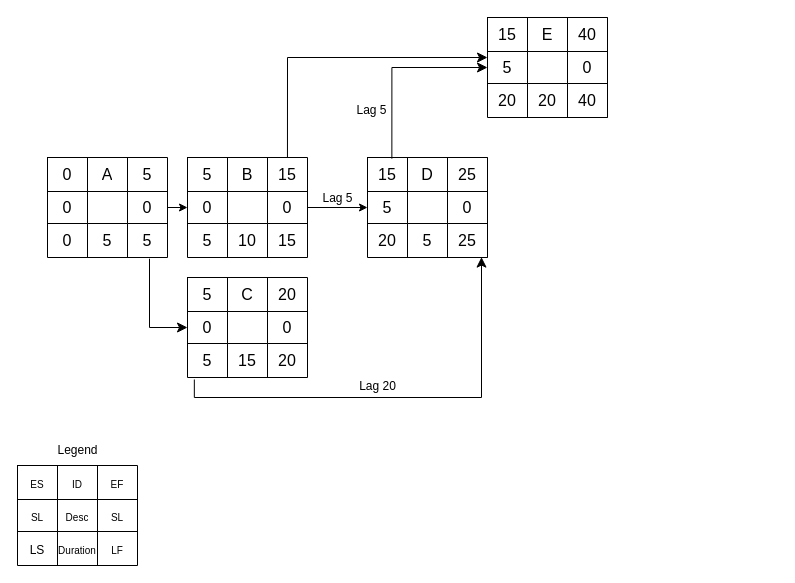
The draw.io diagram tuto2wix2002q2.drawio in justn0thinghere/drawio, before the edit. Source tidied: cells renumbered, new cells numbered last; positions are measured from the earlier drawing's top-left corner, leaving out a move shared by most shapes. Both pictures are drawn from the tidied source at 100%, with x=0, y=0 at pixel (17, 17).
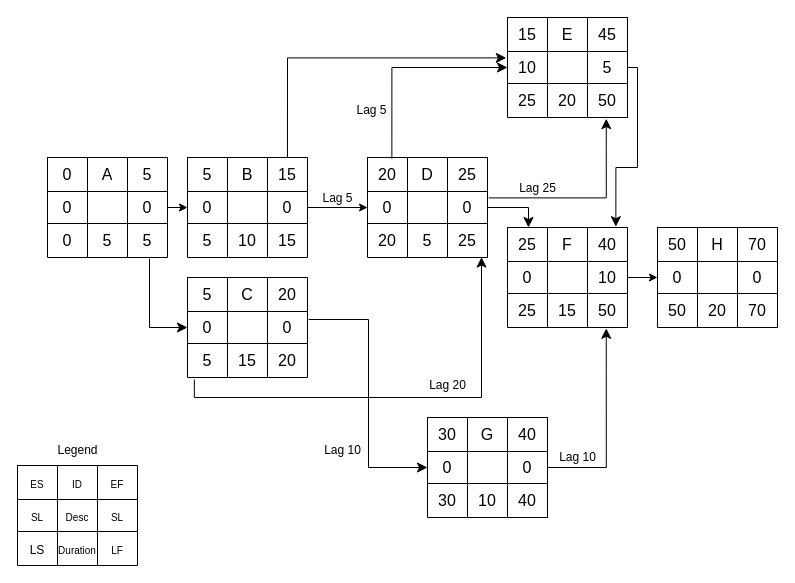
The same page after the edit.

The change refers to these unchanged cells:
```xml
<mxCell id="30" style="shape=tableRow;horizontal=0;startSize=0;swimlaneHead=0;swimlaneBody=0;strokeColor=inherit;top=0;left=0;bottom=0;right=0;fillColor=none;points=[[0,0.5],[1,0.5]];portConstraint=eastwest;fontSize=16;" parent="29" vertex="1">
  <mxGeometry width="120" height="34" as="geometry" />
</mxCell>
<mxCell id="48" style="shape=tableRow;horizontal=0;startSize=0;swimlaneHead=0;swimlaneBody=0;strokeColor=inherit;top=0;left=0;bottom=0;right=0;fillColor=none;points=[[0,0.5],[1,0.5]];portConstraint=eastwest;fontSize=16;" parent="43" vertex="1">
  <mxGeometry y="34" width="120" height="32" as="geometry" />
</mxCell>
<mxCell id="58" style="shape=tableRow;horizontal=0;startSize=0;swimlaneHead=0;swimlaneBody=0;strokeColor=inherit;top=0;left=0;bottom=0;right=0;fillColor=none;points=[[0,0.5],[1,0.5]];portConstraint=eastwest;fontSize=16;" parent="57" vertex="1">
  <mxGeometry width="120" height="34" as="geometry" />
</mxCell>
<mxCell id="62" style="shape=tableRow;horizontal=0;startSize=0;swimlaneHead=0;swimlaneBody=0;strokeColor=inherit;top=0;left=0;bottom=0;right=0;fillColor=none;points=[[0,0.5],[1,0.5]];portConstraint=eastwest;fontSize=16;" parent="57" vertex="1">
  <mxGeometry y="34" width="120" height="32" as="geometry" />
</mxCell>
<mxCell id="76" style="shape=tableRow;horizontal=0;startSize=0;swimlaneHead=0;swimlaneBody=0;strokeColor=inherit;top=0;left=0;bottom=0;right=0;fillColor=none;fontSize=16;" parent="75" vertex="1">
  <mxGeometry width="120" height="34" as="geometry" />
</mxCell>
<mxCell id="80" style="shape=tableRow;horizontal=0;startSize=0;swimlaneHead=0;swimlaneBody=0;strokeColor=inherit;top=0;left=0;bottom=0;right=0;fillColor=none;points=[[0,0.5],[1,0.5]];portConstraint=eastwest;fontSize=16;" parent="75" vertex="1">
  <mxGeometry y="34" width="120" height="32" as="geometry" />
</mxCell>
<mxCell id="84" style="shape=tableRow;horizontal=0;startSize=0;swimlaneHead=0;swimlaneBody=0;strokeColor=inherit;top=0;left=0;bottom=0;right=0;fillColor=none;points=[[0,0.5],[1,0.5]];portConstraint=eastwest;fontSize=16;" parent="75" vertex="1">
  <mxGeometry y="66" width="120" height="34" as="geometry" />
</mxCell>
```

Change to the diagram source:
```diff
@@
-    <mxCell id="59" value="15" style="shape=partialRectangle;html=1;whiteSpace=wrap;strokeColor=inherit;overflow=hidden;fillColor=none;top=0;left=0;bottom=0;right=0;fontSize=16;" parent="58" vertex="1">
+    <mxCell id="59" value="20" style="shape=partialRectangle;html=1;whiteSpace=wrap;strokeColor=inherit;overflow=hidden;fillColor=none;top=0;left=0;bottom=0;right=0;fontSize=16;" parent="58" vertex="1">
       <mxGeometry width="40" height="34" as="geometry" />
     </mxCell>
@@
-    <mxCell id="63" value="5" style="shape=partialRectangle;html=1;whiteSpace=wrap;strokeColor=inherit;overflow=hidden;fillColor=none;top=0;left=0;bottom=0;right=0;fontSize=16;" parent="62" vertex="1">
+    <mxCell id="63" value="0" style="shape=partialRectangle;html=1;whiteSpace=wrap;strokeColor=inherit;overflow=hidden;fillColor=none;top=0;left=0;bottom=0;right=0;fontSize=16;" parent="62" vertex="1">
       <mxGeometry width="40" height="32" as="geometry" />
     </mxCell>
@@
     <mxCell id="72" value="Lag 20" style="text;html=1;align=center;verticalAlign=middle;strokeColor=none;fillColor=none;" parent="1" vertex="1">
-      <mxGeometry x="330" y="354" width="60" height="30" as="geometry" />
+      <mxGeometry x="400" y="353" width="60" height="30" as="geometry" />
     </mxCell>
@@
     <mxCell id="75" style="shape=table;startSize=0;childLayout=tableLayout;fontSize=16;" parent="1" vertex="1">
-      <mxGeometry x="470" width="120" height="100" as="geometry" />
+      <mxGeometry x="490" width="120" height="100" as="geometry" />
     </mxCell>
@@
-    <mxCell id="79" value="40" style="shape=partialRectangle;html=1;whiteSpace=wrap;strokeColor=inherit;overflow=hidden;fillColor=none;top=0;left=0;bottom=0;right=0;fontSize=16;" parent="76" vertex="1">
+    <mxCell id="79" value="45" style="shape=partialRectangle;html=1;whiteSpace=wrap;strokeColor=inherit;overflow=hidden;fillColor=none;top=0;left=0;bottom=0;right=0;fontSize=16;" parent="76" vertex="1">
       <mxGeometry x="80" width="40" height="34" as="geometry" />
     </mxCell>
@@
-    <mxCell id="81" value="5" style="shape=partialRectangle;html=1;whiteSpace=wrap;strokeColor=inherit;overflow=hidden;fillColor=none;top=0;left=0;bottom=0;right=0;fontSize=16;" parent="80" vertex="1">
+    <mxCell id="81" value="10" style="shape=partialRectangle;html=1;whiteSpace=wrap;strokeColor=inherit;overflow=hidden;fillColor=none;top=0;left=0;bottom=0;right=0;fontSize=16;" parent="80" vertex="1">
       <mxGeometry width="40" height="32" as="geometry" />
     </mxCell>
@@
-    <mxCell id="83" value="0" style="shape=partialRectangle;html=1;whiteSpace=wrap;strokeColor=inherit;overflow=hidden;fillColor=none;top=0;left=0;bottom=0;right=0;fontSize=16;" parent="80" vertex="1">
+    <mxCell id="83" value="5" style="shape=partialRectangle;html=1;whiteSpace=wrap;strokeColor=inherit;overflow=hidden;fillColor=none;top=0;left=0;bottom=0;right=0;fontSize=16;" parent="80" vertex="1">
       <mxGeometry x="80" width="40" height="32" as="geometry" />
     </mxCell>
@@
-    <mxCell id="85" value="20" style="shape=partialRectangle;html=1;whiteSpace=wrap;strokeColor=inherit;overflow=hidden;fillColor=none;top=0;left=0;bottom=0;right=0;fontSize=16;" parent="84" vertex="1">
+    <mxCell id="85" value="25" style="shape=partialRectangle;html=1;whiteSpace=wrap;strokeColor=inherit;overflow=hidden;fillColor=none;top=0;left=0;bottom=0;right=0;fontSize=16;" parent="84" vertex="1">
       <mxGeometry width="40" height="34" as="geometry" />
     </mxCell>
@@
-    <mxCell id="87" value="40" style="shape=partialRectangle;html=1;whiteSpace=wrap;strokeColor=inherit;overflow=hidden;fillColor=none;top=0;left=0;bottom=0;right=0;fontSize=16;" parent="84" vertex="1">
+    <mxCell id="87" value="50" style="shape=partialRectangle;html=1;whiteSpace=wrap;strokeColor=inherit;overflow=hidden;fillColor=none;top=0;left=0;bottom=0;right=0;fontSize=16;" parent="84" vertex="1">
       <mxGeometry x="80" width="40" height="34" as="geometry" />
     </mxCell>
@@
-    <mxCell id="89" style="edgeStyle=segmentEdgeStyle;endArrow=classic;html=1;curved=0;rounded=0;endSize=8;startSize=8;exitX=0.833;exitY=0;exitDx=0;exitDy=0;exitPerimeter=0;" parent="1" edge="1" source="30">
+    <mxCell id="89" style="edgeStyle=segmentEdgeStyle;endArrow=classic;html=1;curved=0;rounded=0;endSize=8;startSize=8;exitX=0.833;exitY=0;exitDx=0;exitDy=0;exitPerimeter=0;entryX=-0.01;entryY=0.2;entryDx=0;entryDy=0;entryPerimeter=0;" parent="1" edge="1" source="30" target="80">
       <mxGeometry relative="1" as="geometry">
-        <mxPoint x="470" y="40" as="targetPoint" />
         <Array as="points">
           <mxPoint x="270" y="40" />
-          <mxPoint x="470" y="40" />
         </Array>
       </mxGeometry>
     </mxCell>
@@
+    <mxCell id="92" style="edgeStyle=segmentEdgeStyle;endArrow=classic;html=1;curved=0;rounded=0;endSize=8;startSize=8;exitX=1.01;exitY=0.2;exitDx=0;exitDy=0;entryX=0.823;entryY=1.035;entryDx=0;entryDy=0;entryPerimeter=0;exitPerimeter=0;" parent="1" edge="1" source="62" target="84">
+      <mxGeometry relative="1" as="geometry" />
+    </mxCell>
+    <mxCell id="93" value="Lag 25" style="text;html=1;align=center;verticalAlign=middle;strokeColor=none;fillColor=none;" parent="1" vertex="1">
+      <mxGeometry x="490" y="156" width="60" height="30" as="geometry" />
+    </mxCell>
+    <mxCell id="94" style="shape=table;startSize=0;childLayout=tableLayout;fontSize=16;" parent="1" vertex="1">
+      <mxGeometry x="490" y="210" width="120" height="100" as="geometry" />
+    </mxCell>
+    <mxCell id="95" style="shape=tableRow;horizontal=0;startSize=0;swimlaneHead=0;swimlaneBody=0;strokeColor=inherit;top=0;left=0;bottom=0;right=0;fillColor=none;points=[[0,0.5],[1,0.5]];portConstraint=eastwest;fontSize=16;" parent="94" vertex="1">
+      <mxGeometry width="120" height="34" as="geometry" />
+    </mxCell>
+    <mxCell id="96" value="25" style="shape=partialRectangle;html=1;whiteSpace=wrap;strokeColor=inherit;overflow=hidden;fillColor=none;top=0;left=0;bottom=0;right=0;fontSize=16;" parent="95" vertex="1">
+      <mxGeometry width="40" height="34" as="geometry" />
+    </mxCell>
+    <mxCell id="97" value="F" style="shape=partialRectangle;html=1;whiteSpace=wrap;strokeColor=inherit;overflow=hidden;fillColor=none;top=0;left=0;bottom=0;right=0;fontSize=16;" parent="95" vertex="1">
+      <mxGeometry x="40" width="40" height="34" as="geometry" />
+    </mxCell>
+    <mxCell id="98" value="40" style="shape=partialRectangle;html=1;whiteSpace=wrap;strokeColor=inherit;overflow=hidden;fillColor=none;top=0;left=0;bottom=0;right=0;fontSize=16;" parent="95" vertex="1">
+      <mxGeometry x="80" width="40" height="34" as="geometry" />
+    </mxCell>
+    <mxCell id="99" style="shape=tableRow;horizontal=0;startSize=0;swimlaneHead=0;swimlaneBody=0;strokeColor=inherit;top=0;left=0;bottom=0;right=0;fillColor=none;points=[[0,0.5],[1,0.5]];portConstraint=eastwest;fontSize=16;" parent="94" vertex="1">
+      <mxGeometry y="34" width="120" height="32" as="geometry" />
+    </mxCell>
+    <mxCell id="100" value="0" style="shape=partialRectangle;html=1;whiteSpace=wrap;strokeColor=inherit;overflow=hidden;fillColor=none;top=0;left=0;bottom=0;right=0;fontSize=16;" parent="99" vertex="1">
+      <mxGeometry width="40" height="32" as="geometry" />
+    </mxCell>
+    <mxCell id="101" style="shape=partialRectangle;html=1;whiteSpace=wrap;strokeColor=inherit;overflow=hidden;fillColor=none;top=0;left=0;bottom=0;right=0;fontSize=16;" parent="99" vertex="1">
+      <mxGeometry x="40" width="40" height="32" as="geometry" />
+    </mxCell>
+    <mxCell id="102" value="10" style="shape=partialRectangle;html=1;whiteSpace=wrap;strokeColor=inherit;overflow=hidden;fillColor=none;top=0;left=0;bottom=0;right=0;fontSize=16;" parent="99" vertex="1">
+      <mxGeometry x="80" width="40" height="32" as="geometry" />
+    </mxCell>
+    <mxCell id="103" style="shape=tableRow;horizontal=0;startSize=0;swimlaneHead=0;swimlaneBody=0;strokeColor=inherit;top=0;left=0;bottom=0;right=0;fillColor=none;points=[[0,0.5],[1,0.5]];portConstraint=eastwest;fontSize=16;" parent="94" vertex="1">
+      <mxGeometry y="66" width="120" height="34" as="geometry" />
+    </mxCell>
+    <mxCell id="104" value="25" style="shape=partialRectangle;html=1;whiteSpace=wrap;strokeColor=inherit;overflow=hidden;fillColor=none;top=0;left=0;bottom=0;right=0;fontSize=16;" parent="103" vertex="1">
+      <mxGeometry width="40" height="34" as="geometry" />
+    </mxCell>
+    <mxCell id="105" value="15" style="shape=partialRectangle;html=1;whiteSpace=wrap;strokeColor=inherit;overflow=hidden;fillColor=none;top=0;left=0;bottom=0;right=0;fontSize=16;" parent="103" vertex="1">
+      <mxGeometry x="40" width="40" height="34" as="geometry" />
+    </mxCell>
+    <mxCell id="106" value="50" style="shape=partialRectangle;html=1;whiteSpace=wrap;strokeColor=inherit;overflow=hidden;fillColor=none;top=0;left=0;bottom=0;right=0;fontSize=16;" parent="103" vertex="1">
+      <mxGeometry x="80" width="40" height="34" as="geometry" />
+    </mxCell>
+    <mxCell id="107" style="shape=table;startSize=0;childLayout=tableLayout;fontSize=16;" parent="103" vertex="1">
+      <mxGeometry x="120" height="34" as="geometry" />
+    </mxCell>
+    <mxCell id="108" style="edgeStyle=segmentEdgeStyle;endArrow=classic;html=1;curved=0;rounded=0;endSize=8;startSize=8;exitX=1;exitY=0.5;exitDx=0;exitDy=0;" parent="1" edge="1" source="62">
+      <mxGeometry relative="1" as="geometry">
+        <mxPoint x="511" y="210" as="targetPoint" />
+      </mxGeometry>
+    </mxCell>
+    <mxCell id="109" style="edgeStyle=orthogonalEdgeStyle;elbow=vertical;endArrow=classic;html=1;rounded=0;endSize=8;startSize=8;exitX=1;exitY=0.5;exitDx=0;exitDy=0;entryX=0.903;entryY=-0.024;entryDx=0;entryDy=0;entryPerimeter=0;" parent="1" edge="1" source="80" target="95">
+      <mxGeometry relative="1" as="geometry">
+        <Array as="points">
+          <mxPoint x="620" y="50" />
+          <mxPoint x="620" y="150" />
+          <mxPoint x="598" y="150" />
+        </Array>
+      </mxGeometry>
+    </mxCell>
+    <mxCell id="110" style="shape=table;startSize=0;childLayout=tableLayout;fontSize=16;" parent="1" vertex="1">
+      <mxGeometry x="410" y="400" width="120" height="100" as="geometry" />
+    </mxCell>
+    <mxCell id="111" style="shape=tableRow;horizontal=0;startSize=0;swimlaneHead=0;swimlaneBody=0;strokeColor=inherit;top=0;left=0;bottom=0;right=0;fillColor=none;fontSize=16;" parent="110" vertex="1">
+      <mxGeometry width="120" height="34" as="geometry" />
+    </mxCell>
+    <mxCell id="112" value="30" style="shape=partialRectangle;html=1;whiteSpace=wrap;strokeColor=inherit;overflow=hidden;fillColor=none;top=0;left=0;bottom=0;right=0;fontSize=16;" parent="111" vertex="1">
+      <mxGeometry width="40" height="34" as="geometry" />
+    </mxCell>
+    <mxCell id="113" value="G" style="shape=partialRectangle;html=1;whiteSpace=wrap;strokeColor=inherit;overflow=hidden;fillColor=none;top=0;left=0;bottom=0;right=0;fontSize=16;" parent="111" vertex="1">
+      <mxGeometry x="40" width="40" height="34" as="geometry" />
+    </mxCell>
+    <mxCell id="114" value="40" style="shape=partialRectangle;html=1;whiteSpace=wrap;strokeColor=inherit;overflow=hidden;fillColor=none;top=0;left=0;bottom=0;right=0;fontSize=16;" parent="111" vertex="1">
+      <mxGeometry x="80" width="40" height="34" as="geometry" />
+    </mxCell>
+    <mxCell id="115" style="shape=tableRow;horizontal=0;startSize=0;swimlaneHead=0;swimlaneBody=0;strokeColor=inherit;top=0;left=0;bottom=0;right=0;fillColor=none;points=[[0,0.5],[1,0.5]];portConstraint=eastwest;fontSize=16;" parent="110" vertex="1">
+      <mxGeometry y="34" width="120" height="32" as="geometry" />
+    </mxCell>
+    <mxCell id="116" value="0" style="shape=partialRectangle;html=1;whiteSpace=wrap;strokeColor=inherit;overflow=hidden;fillColor=none;top=0;left=0;bottom=0;right=0;fontSize=16;" parent="115" vertex="1">
+      <mxGeometry width="40" height="32" as="geometry" />
+    </mxCell>
+    <mxCell id="117" style="shape=partialRectangle;html=1;whiteSpace=wrap;strokeColor=inherit;overflow=hidden;fillColor=none;top=0;left=0;bottom=0;right=0;fontSize=16;" parent="115" vertex="1">
+      <mxGeometry x="40" width="40" height="32" as="geometry" />
+    </mxCell>
+    <mxCell id="118" value="0" style="shape=partialRectangle;html=1;whiteSpace=wrap;strokeColor=inherit;overflow=hidden;fillColor=none;top=0;left=0;bottom=0;right=0;fontSize=16;" parent="115" vertex="1">
+      <mxGeometry x="80" width="40" height="32" as="geometry" />
+    </mxCell>
+    <mxCell id="119" style="shape=tableRow;horizontal=0;startSize=0;swimlaneHead=0;swimlaneBody=0;strokeColor=inherit;top=0;left=0;bottom=0;right=0;fillColor=none;fontSize=16;" parent="110" vertex="1">
+      <mxGeometry y="66" width="120" height="34" as="geometry" />
+    </mxCell>
+    <mxCell id="120" value="30" style="shape=partialRectangle;html=1;whiteSpace=wrap;strokeColor=inherit;overflow=hidden;fillColor=none;top=0;left=0;bottom=0;right=0;fontSize=16;" parent="119" vertex="1">
+      <mxGeometry width="40" height="34" as="geometry" />
+    </mxCell>
+    <mxCell id="121" value="10" style="shape=partialRectangle;html=1;whiteSpace=wrap;strokeColor=inherit;overflow=hidden;fillColor=none;top=0;left=0;bottom=0;right=0;fontSize=16;" parent="119" vertex="1">
+      <mxGeometry x="40" width="40" height="34" as="geometry" />
+    </mxCell>
+    <mxCell id="122" value="40" style="shape=partialRectangle;html=1;whiteSpace=wrap;strokeColor=inherit;overflow=hidden;fillColor=none;top=0;left=0;bottom=0;right=0;fontSize=16;" parent="119" vertex="1">
+      <mxGeometry x="80" width="40" height="34" as="geometry" />
+    </mxCell>
+    <mxCell id="123" style="shape=table;startSize=0;childLayout=tableLayout;fontSize=16;" parent="119" vertex="1">
+      <mxGeometry x="120" height="34" as="geometry" />
+    </mxCell>
+    <mxCell id="124" style="edgeStyle=elbowEdgeStyle;elbow=horizontal;endArrow=classic;html=1;curved=0;rounded=0;endSize=8;startSize=8;exitX=1.01;exitY=0.25;exitDx=0;exitDy=0;exitPerimeter=0;entryX=0;entryY=0.5;entryDx=0;entryDy=0;" parent="1" edge="1" source="48" target="115">
+      <mxGeometry relative="1" as="geometry" />
+    </mxCell>
+    <mxCell id="125" value="Lag 10" style="text;html=1;align=center;verticalAlign=middle;strokeColor=none;fillColor=none;" parent="1" vertex="1">
+      <mxGeometry x="295" y="418" width="60" height="30" as="geometry" />
+    </mxCell>
+    <mxCell id="126" style="edgeStyle=segmentEdgeStyle;endArrow=classic;html=1;curved=0;rounded=0;endSize=8;startSize=8;exitX=1;exitY=0.5;exitDx=0;exitDy=0;entryX=0.823;entryY=1.024;entryDx=0;entryDy=0;entryPerimeter=0;" parent="1" edge="1" source="115" target="103">
+      <mxGeometry relative="1" as="geometry" />
+    </mxCell>
+    <mxCell id="127" value="Lag 10" style="text;html=1;align=center;verticalAlign=middle;strokeColor=none;fillColor=none;" parent="1" vertex="1">
+      <mxGeometry x="530" y="425" width="60" height="30" as="geometry" />
+    </mxCell>
+    <mxCell id="128" style="shape=table;startSize=0;childLayout=tableLayout;fontSize=16;" parent="1" vertex="1">
+      <mxGeometry x="640" y="210" width="120" height="100" as="geometry" />
+    </mxCell>
+    <mxCell id="129" style="shape=tableRow;horizontal=0;startSize=0;swimlaneHead=0;swimlaneBody=0;strokeColor=inherit;top=0;left=0;bottom=0;right=0;fillColor=none;fontSize=16;" parent="128" vertex="1">
+      <mxGeometry width="120" height="34" as="geometry" />
+    </mxCell>
+    <mxCell id="130" value="50" style="shape=partialRectangle;html=1;whiteSpace=wrap;strokeColor=inherit;overflow=hidden;fillColor=none;top=0;left=0;bottom=0;right=0;fontSize=16;" parent="129" vertex="1">
+      <mxGeometry width="40" height="34" as="geometry" />
+    </mxCell>
+    <mxCell id="131" value="H" style="shape=partialRectangle;html=1;whiteSpace=wrap;strokeColor=inherit;overflow=hidden;fillColor=none;top=0;left=0;bottom=0;right=0;fontSize=16;" parent="129" vertex="1">
+      <mxGeometry x="40" width="40" height="34" as="geometry" />
+    </mxCell>
+    <mxCell id="132" value="70" style="shape=partialRectangle;html=1;whiteSpace=wrap;strokeColor=inherit;overflow=hidden;fillColor=none;top=0;left=0;bottom=0;right=0;fontSize=16;" parent="129" vertex="1">
+      <mxGeometry x="80" width="40" height="34" as="geometry" />
+    </mxCell>
+    <mxCell id="133" style="shape=tableRow;horizontal=0;startSize=0;swimlaneHead=0;swimlaneBody=0;strokeColor=inherit;top=0;left=0;bottom=0;right=0;fillColor=none;points=[[0,0.5],[1,0.5]];portConstraint=eastwest;fontSize=16;" parent="128" vertex="1">
+      <mxGeometry y="34" width="120" height="32" as="geometry" />
+    </mxCell>
+    <mxCell id="134" value="0" style="shape=partialRectangle;html=1;whiteSpace=wrap;strokeColor=inherit;overflow=hidden;fillColor=none;top=0;left=0;bottom=0;right=0;fontSize=16;" parent="133" vertex="1">
+      <mxGeometry width="40" height="32" as="geometry" />
+    </mxCell>
+    <mxCell id="135" style="shape=partialRectangle;html=1;whiteSpace=wrap;strokeColor=inherit;overflow=hidden;fillColor=none;top=0;left=0;bottom=0;right=0;fontSize=16;" parent="133" vertex="1">
+      <mxGeometry x="40" width="40" height="32" as="geometry" />
+    </mxCell>
+    <mxCell id="136" value="0" style="shape=partialRectangle;html=1;whiteSpace=wrap;strokeColor=inherit;overflow=hidden;fillColor=none;top=0;left=0;bottom=0;right=0;fontSize=16;" parent="133" vertex="1">
+      <mxGeometry x="80" width="40" height="32" as="geometry" />
+    </mxCell>
+    <mxCell id="137" style="shape=tableRow;horizontal=0;startSize=0;swimlaneHead=0;swimlaneBody=0;strokeColor=inherit;top=0;left=0;bottom=0;right=0;fillColor=none;fontSize=16;" parent="128" vertex="1">
+      <mxGeometry y="66" width="120" height="34" as="geometry" />
+    </mxCell>
+    <mxCell id="138" value="50" style="shape=partialRectangle;html=1;whiteSpace=wrap;strokeColor=inherit;overflow=hidden;fillColor=none;top=0;left=0;bottom=0;right=0;fontSize=16;" parent="137" vertex="1">
+      <mxGeometry width="40" height="34" as="geometry" />
+    </mxCell>
+    <mxCell id="139" value="20" style="shape=partialRectangle;html=1;whiteSpace=wrap;strokeColor=inherit;overflow=hidden;fillColor=none;top=0;left=0;bottom=0;right=0;fontSize=16;" parent="137" vertex="1">
+      <mxGeometry x="40" width="40" height="34" as="geometry" />
+    </mxCell>
+    <mxCell id="140" value="70" style="shape=partialRectangle;html=1;whiteSpace=wrap;strokeColor=inherit;overflow=hidden;fillColor=none;top=0;left=0;bottom=0;right=0;fontSize=16;" parent="137" vertex="1">
+      <mxGeometry x="80" width="40" height="34" as="geometry" />
+    </mxCell>
+    <mxCell id="141" style="shape=table;startSize=0;childLayout=tableLayout;fontSize=16;" parent="137" vertex="1">
+      <mxGeometry x="120" height="34" as="geometry" />
+    </mxCell>
+    <mxCell id="142" style="endArrow=classic;html=1;rounded=0;exitX=1;exitY=0.5;exitDx=0;exitDy=0;entryX=0;entryY=0.5;entryDx=0;entryDy=0;" parent="1" edge="1" source="99" target="133">
+      <mxGeometry relative="1" as="geometry" />
+    </mxCell>
```
